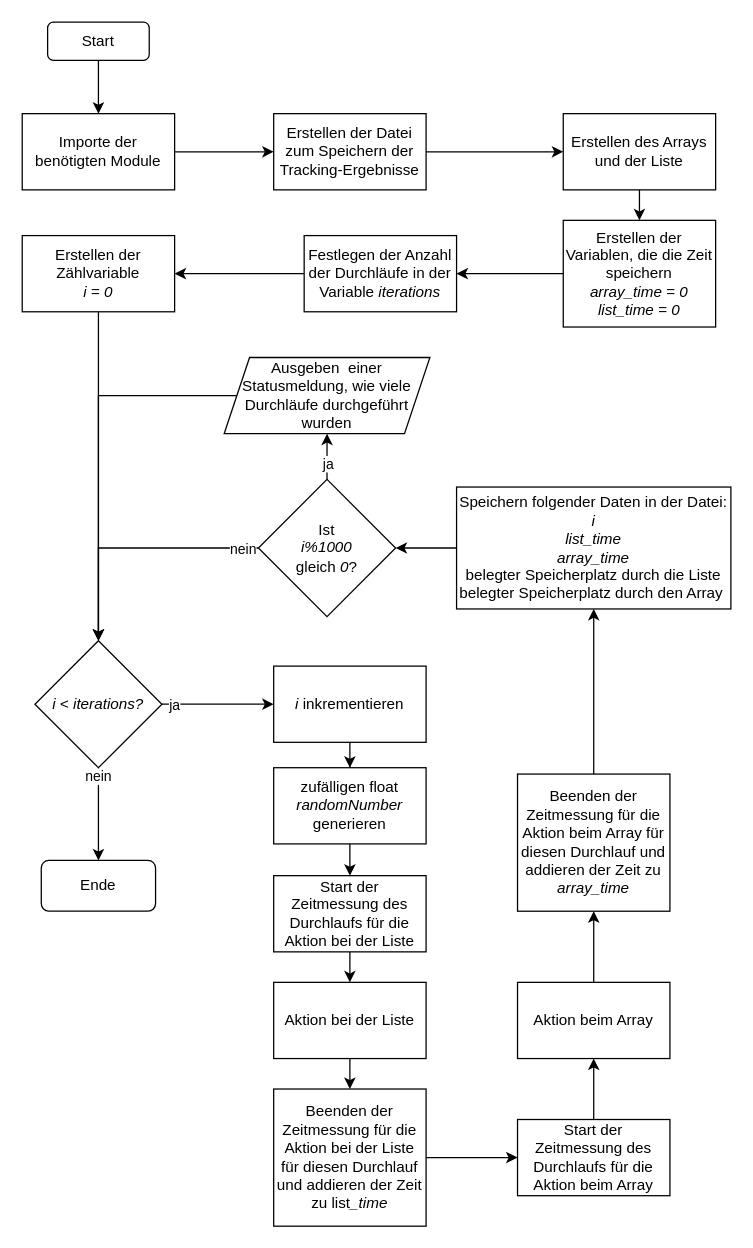
Earlier version of the draw.io diagram Testsystem/FlussdiagrammTracking.drawio (FabioKron/Facharbeit). Source tidied: cells renumbered, new cells numbered last; positions are measured from the earlier drawing's top-left corner, leaving out a move shared by most shapes. Both pictures are drawn from the tidied source at 127%, with x=0, y=0 at pixel (22, 22).
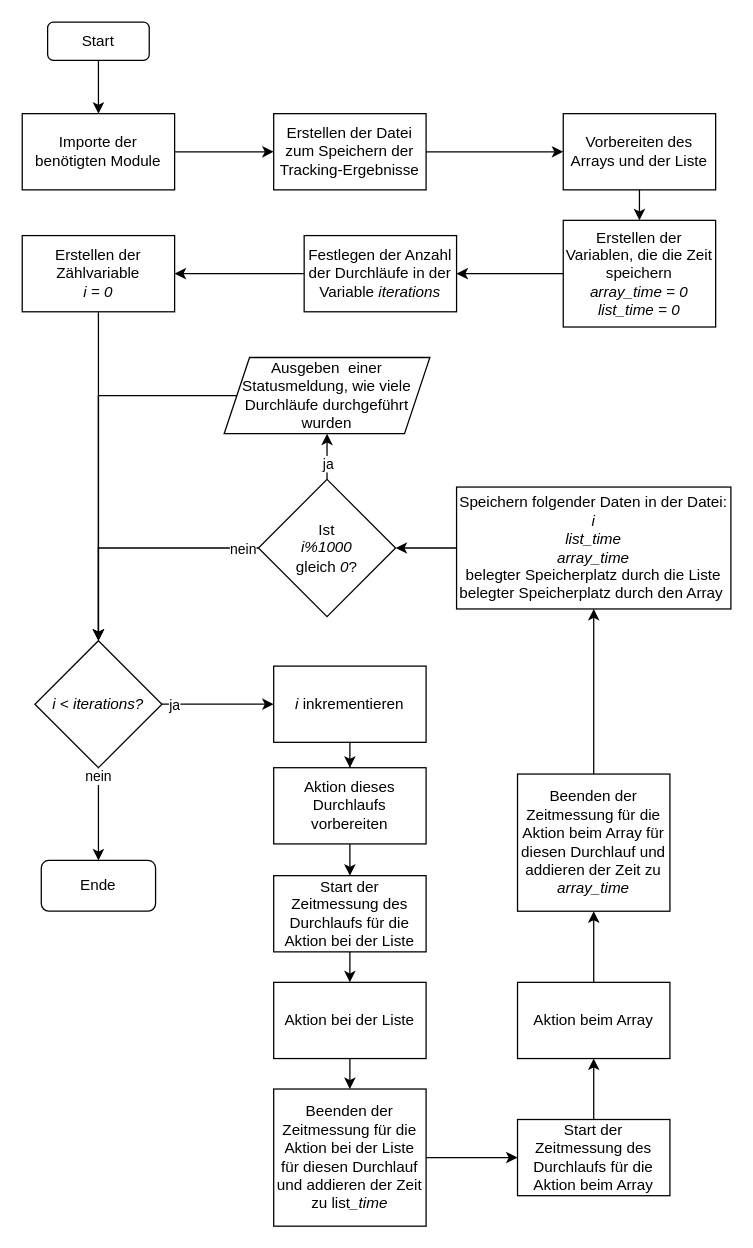
After the change.

Commit message:
Varallgeimern des Flussdiagramms des Testsystems

Change to the diagram source:
```diff
@@
-    <mxCell id="9" value="Erstellen des Arrays und der Liste" style="rounded=0;whiteSpace=wrap;html=1;" parent="1" vertex="1">
+    <mxCell id="9" value="Vorbereiten des Arrays und der Liste" style="rounded=0;whiteSpace=wrap;html=1;" parent="1" vertex="1">
       <mxGeometry x="426" y="72" width="120" height="60" as="geometry" />
     </mxCell>
@@
-    <mxCell id="25" value="zufälligen float &lt;i&gt;randomNumber&lt;/i&gt; generieren" style="rounded=0;whiteSpace=wrap;html=1;" parent="1" vertex="1">
+    <mxCell id="25" value="Aktion dieses Durchlaufs vorbereiten" style="rounded=0;whiteSpace=wrap;html=1;" parent="1" vertex="1">
       <mxGeometry x="198" y="587" width="120" height="60" as="geometry" />
     </mxCell>
```
